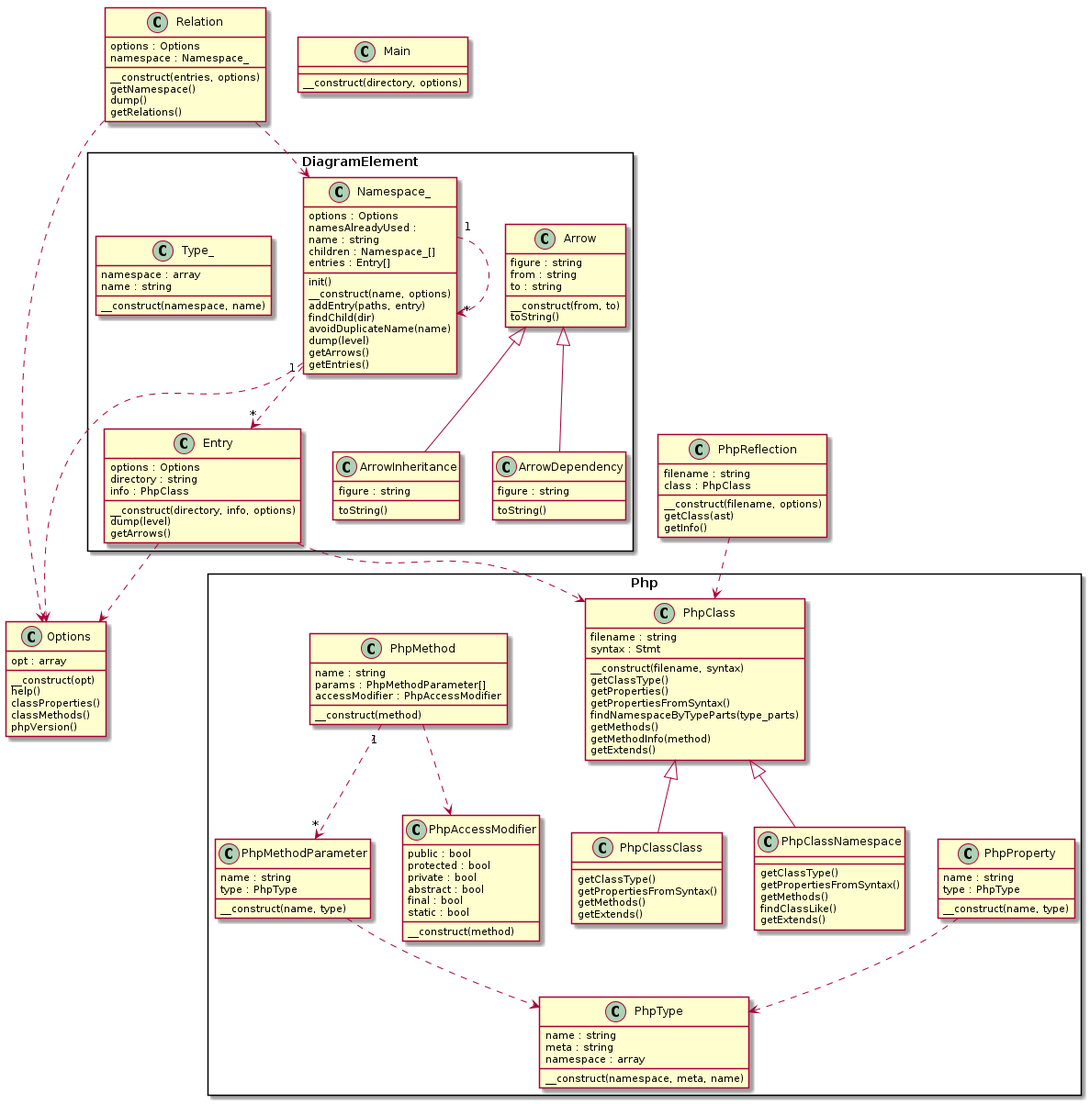
Before: dogfood.png, a diagram exported from PlantUML (smeghead/php-class-diagram).
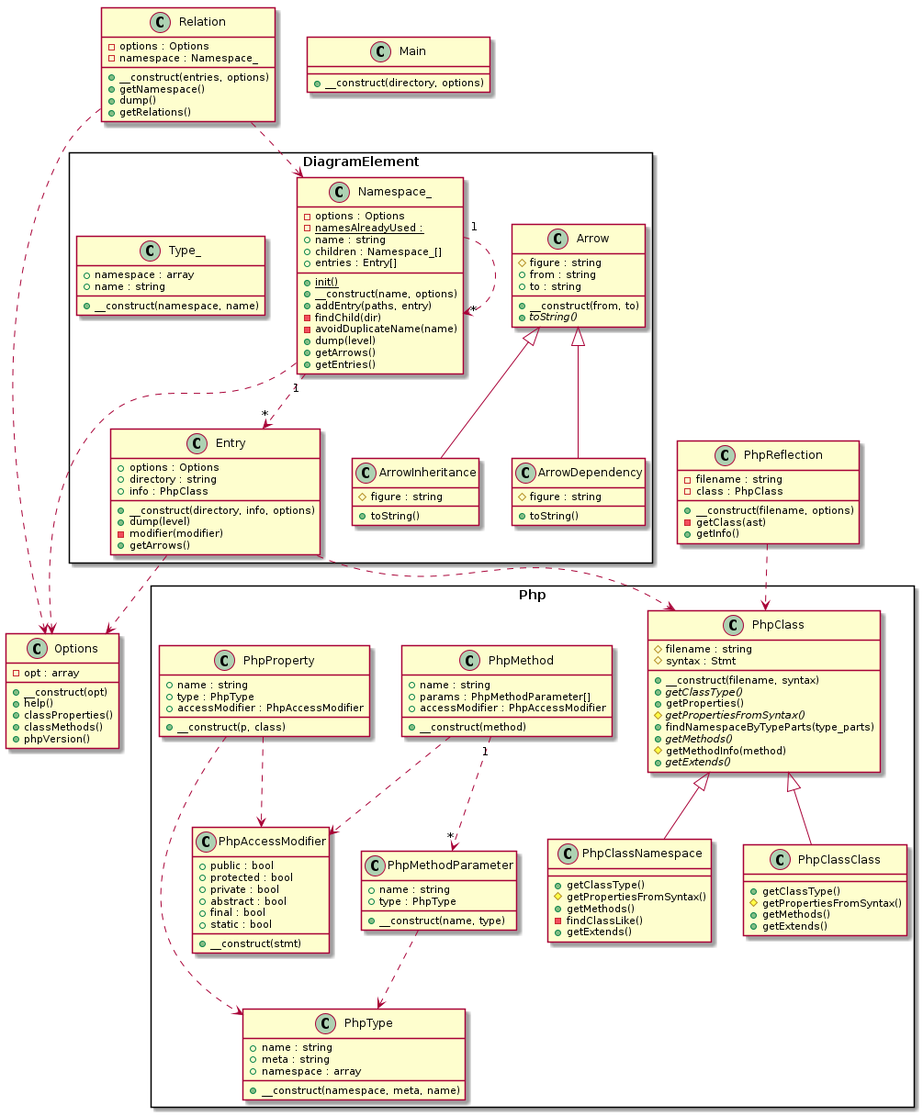
Later version of the same file.

The edit, as a diff of the source:
```diff
@@ -1,131 +1,133 @@
 @startuml
   class Options {
-    opt : array
-    __construct(opt)
-    help()
-    classProperties()
-    classMethods()
-    phpVersion()
+    -opt : array
+    +__construct(opt)
+    +help()
+    +classProperties()
+    +classMethods()
+    +phpVersion()
   }
   class Main {
-    __construct(directory, options)
+    +__construct(directory, options)
   }
   class Relation {
-    options : Options
-    namespace : Namespace_
-    __construct(entries, options)
-    getNamespace()
-    dump()
-    getRelations()
+    -options : Options
+    -namespace : Namespace_
+    +__construct(entries, options)
+    +getNamespace()
+    +dump()
+    +getRelations()
   }
   class PhpReflection {
-    filename : string
-    class : PhpClass
-    __construct(filename, options)
-    getClass(ast)
-    getInfo()
+    -filename : string
+    -class : PhpClass
+    +__construct(filename, options)
+    -getClass(ast)
+    +getInfo()
   }
   package "Php" <<Rectangle>> {
     class PhpMethodParameter {
-      name : string
-      type : PhpType
-      __construct(name, type)
+      +name : string
+      +type : PhpType
+      +__construct(name, type)
     }
     class PhpClassClass {
-      getClassType()
-      getPropertiesFromSyntax()
-      getMethods()
-      getExtends()
+      +getClassType()
+      #getPropertiesFromSyntax()
+      +getMethods()
+      +getExtends()
     }
     class PhpClassNamespace {
-      getClassType()
-      getPropertiesFromSyntax()
-      getMethods()
-      findClassLike()
-      getExtends()
+      +getClassType()
+      #getPropertiesFromSyntax()
+      +getMethods()
+      -findClassLike()
+      +getExtends()
     }
     class PhpProperty {
-      name : string
-      type : PhpType
-      __construct(name, type)
+      +name : string
+      +type : PhpType
+      +accessModifier : PhpAccessModifier
+      +__construct(p, class)
     }
     class PhpClass {
-      filename : string
-      syntax : Stmt
-      __construct(filename, syntax)
-      getClassType()
-      getProperties()
-      getPropertiesFromSyntax()
-      findNamespaceByTypeParts(type_parts)
-      getMethods()
-      getMethodInfo(method)
-      getExtends()
+      #filename : string
+      #syntax : Stmt
+      +__construct(filename, syntax)
+      {abstract} +getClassType()
+      +getProperties()
+      {abstract} #getPropertiesFromSyntax()
+      +findNamespaceByTypeParts(type_parts)
+      {abstract} +getMethods()
+      #getMethodInfo(method)
+      {abstract} +getExtends()
     }
     class PhpMethod {
-      name : string
-      params : PhpMethodParameter[]
-      accessModifier : PhpAccessModifier
-      __construct(method)
+      +name : string
+      +params : PhpMethodParameter[]
+      +accessModifier : PhpAccessModifier
+      +__construct(method)
     }
     class PhpAccessModifier {
-      public : bool
-      protected : bool
-      private : bool
-      abstract : bool
-      final : bool
-      static : bool
-      __construct(method)
+      +public : bool
+      +protected : bool
+      +private : bool
+      +abstract : bool
+      +final : bool
+      +static : bool
+      +__construct(stmt)
     }
     class PhpType {
-      name : string
-      meta : string
-      namespace : array
-      __construct(namespace, meta, name)
+      +name : string
+      +meta : string
+      +namespace : array
+      +__construct(namespace, meta, name)
     }
   }
   package "DiagramElement" <<Rectangle>> {
     class ArrowInheritance {
-      figure : string
-      toString()
+      #figure : string
+      +toString()
     }
     class Entry {
-      options : Options
-      directory : string
-      info : PhpClass
-      __construct(directory, info, options)
-      dump(level)
-      getArrows()
+      +options : Options
+      +directory : string
+      +info : PhpClass
+      +__construct(directory, info, options)
+      +dump(level)
+      -modifier(modifier)
+      +getArrows()
     }
     class Arrow {
-      figure : string
-      from : string
-      to : string
-      __construct(from, to)
-      toString()
+      #figure : string
+      +from : string
+      +to : string
+      +__construct(from, to)
+      {abstract} +toString()
     }
     class Namespace_ {
-      options : Options
-      namesAlreadyUsed :
-      name : string
-      children : Namespace_[]
-      entries : Entry[]
-      init()
-      __construct(name, options)
-      addEntry(paths, entry)
-      findChild(dir)
-      avoidDuplicateName(name)
-      dump(level)
-      getArrows()
-      getEntries()
+      -options : Options
+      {static} -namesAlreadyUsed :
+      +name : string
+      +children : Namespace_[]
+      +entries : Entry[]
+      {static} +init()
+      +__construct(name, options)
+      +addEntry(paths, entry)
+      -findChild(dir)
+      -avoidDuplicateName(name)
+      +dump(level)
+      +getArrows()
+      +getEntries()
     }
     class Type_ {
-      namespace : array
-      name : string
-      __construct(namespace, name)
+      +namespace : array
+      +name : string
+      +__construct(namespace, name)
     }
     class ArrowDependency {
-      figure : string
-      toString()
+      #figure : string
+      +toString()
     }
   }
   Arrow <|-- ArrowDependency
@@ -140,6 +142,7 @@
   PhpMethod "1" ..> "*" PhpMethodParameter
   PhpMethod ..> PhpAccessModifier
   PhpMethodParameter ..> PhpType
+  PhpProperty ..> PhpAccessModifier
   PhpProperty ..> PhpType
   PhpReflection ..> PhpClass
   Relation ..> Namespace_
```
